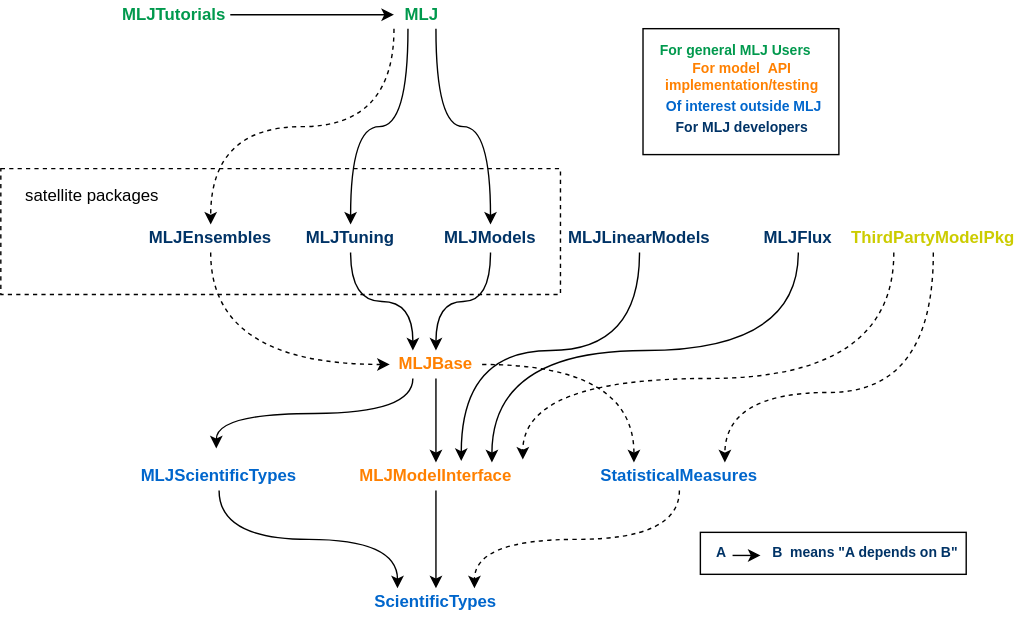
This is material/MLJ_stack.svg from JuliaAI/MLJ.jl, a draw.io export, as it was before one commit. Source tidied: cells renumbered, new cells last; positions are measured from the earlier drawing's top-left corner, leaving out a move shared by most shapes.
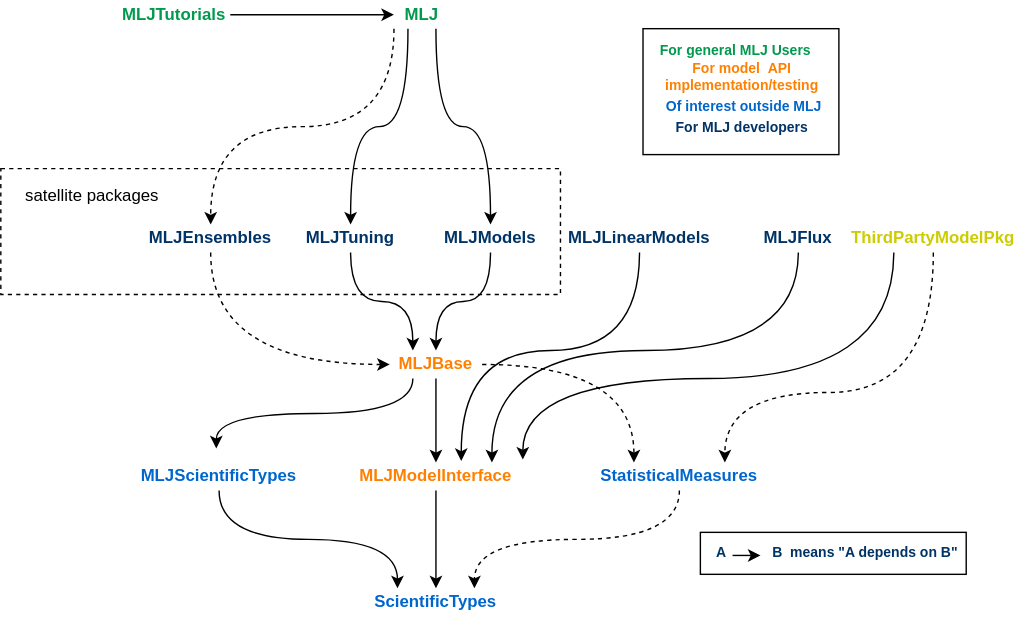
The same diagram one commit later.

Commit message:
minor correction to MLJ Universe figure

Diff of the diagram source:
```diff
@@ -57,7 +57,7 @@
     <mxCell id="17" value="&lt;b&gt;&lt;font color=&quot;#003366&quot;&gt;MLJLinearModels&lt;/font&gt;&lt;/b&gt;" style="text;html=1;strokeColor=none;fillColor=none;align=center;verticalAlign=middle;whiteSpace=wrap;rounded=0;comic=1;" parent="1" vertex="1">
       <mxGeometry x="400" y="160" width="113" height="20" as="geometry" />
     </mxCell>
-    <mxCell id="18" style="edgeStyle=orthogonalEdgeStyle;curved=1;rounded=0;jettySize=auto;html=1;exitX=0.25;exitY=1;exitDx=0;exitDy=0;entryX=0.888;entryY=-0.1;entryDx=0;entryDy=0;entryPerimeter=0;dashed=1;fontSize=10;" parent="1" edge="1" source="20" target="4">
+    <mxCell id="18" style="edgeStyle=orthogonalEdgeStyle;curved=1;rounded=0;jettySize=auto;html=1;exitX=0.25;exitY=1;exitDx=0;exitDy=0;entryX=0.888;entryY=-0.1;entryDx=0;entryDy=0;entryPerimeter=0;fontSize=10;" parent="1" edge="1" source="20" target="4">
       <mxGeometry relative="1" as="geometry">
         <Array as="points">
           <mxPoint x="638" y="270" />
```
